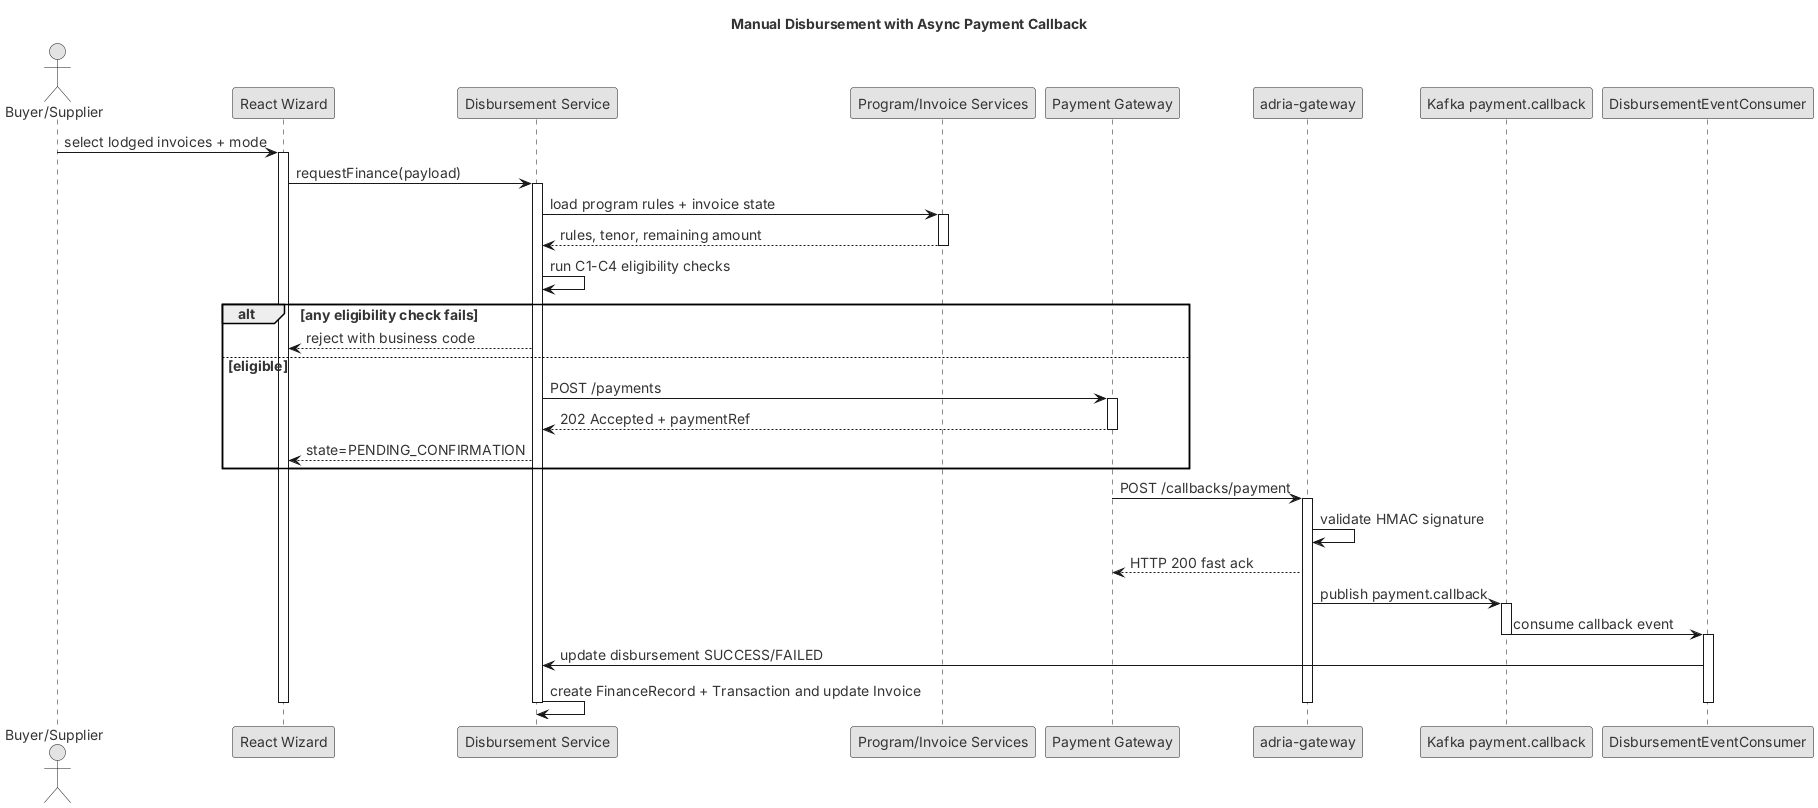
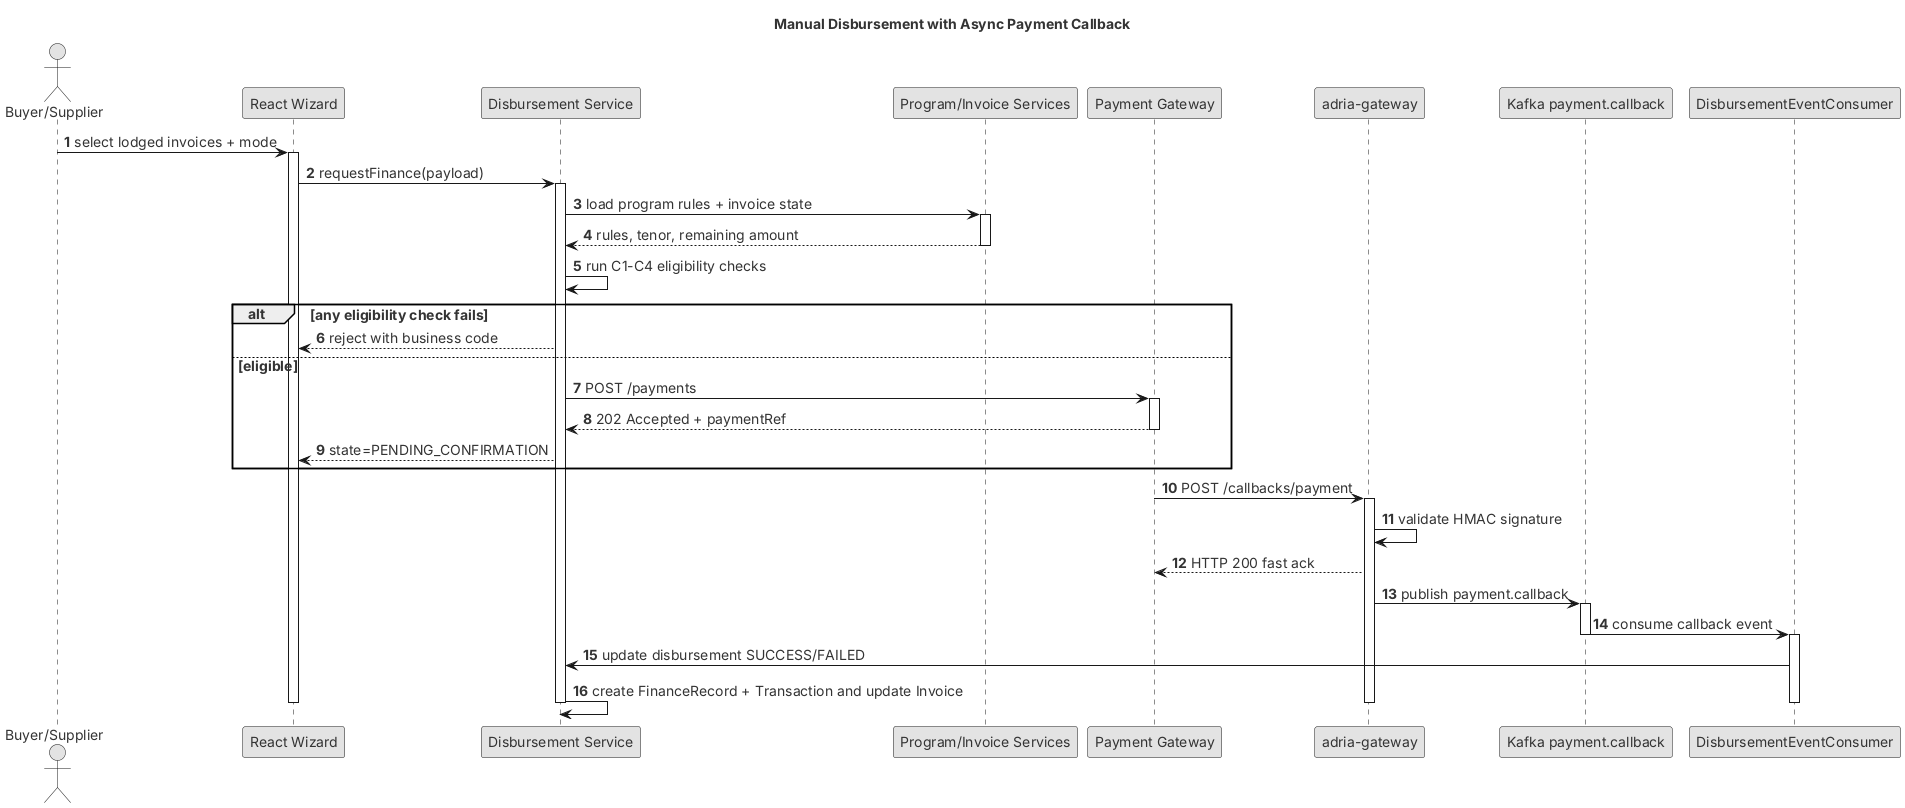
@startuml
<style>
root {
  FontName Inter, Roboto, Helvetica, sans-serif
  FontSize 14
  FontColor #333333
}
document {
  BackgroundColor white
}
</style>
skinparam shadowing false
skinparam linetype ortho
skinparam monochrome true
title Manual Disbursement with Async Payment Callback
+ autonumber

actor "Buyer/Supplier" as User
participant "React Wizard" as UI
participant "Disbursement Service" as DS
participant "Program/Invoice Services" as PI
participant "Payment Gateway" as PG
participant "adria-gateway" as AG
participant "Kafka payment.callback" as K
participant "DisbursementEventConsumer" as C
User -> UI : select lodged invoices + mode
activate UI
UI -> DS : requestFinance(payload)
activate DS
DS -> PI : load program rules + invoice state
activate PI
PI --> DS : rules, tenor, remaining amount
deactivate PI
DS -> DS : run C1-C4 eligibility checks
alt any eligibility check fails
  DS --> UI : reject with business code
else eligible
  DS -> PG : POST /payments
  activate PG
  PG --> DS : 202 Accepted + paymentRef
  deactivate PG
  DS --> UI : state=PENDING_CONFIRMATION
end
PG -> AG : POST /callbacks/payment
activate AG
AG -> AG : validate HMAC signature
AG --> PG : HTTP 200 fast ack
AG -> K : publish payment.callback
activate K
K -> C : consume callback event
deactivate K
activate C
C -> DS : update disbursement SUCCESS/FAILED
DS -> DS : create FinanceRecord + Transaction and update Invoice
deactivate C
deactivate AG
deactivate DS
deactivate UI

@enduml
